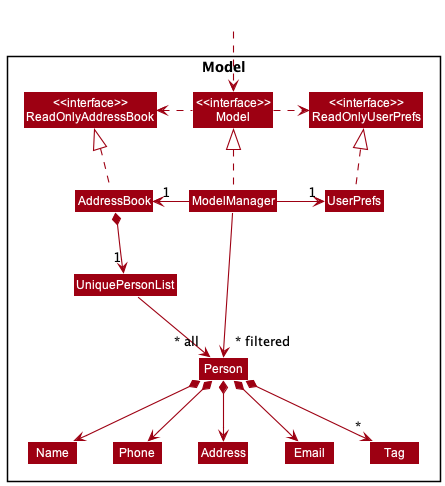
Above: docs/images/ModelClassDiagram.png in nus-cs2103-AY2223S1/tp (PlantUML), before the change.
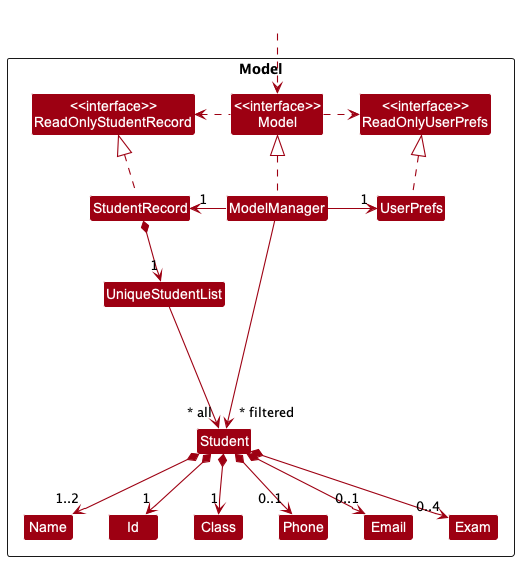
After the change.

Commit message:
ModelUML: update diagram with new student attributes

What changed in the source:
```diff
@@ -5,46 +5,51 @@
 skinparam classBackgroundColor MODEL_COLOR
 
 Package Model <<Rectangle>>{
-Class "<<interface>>\nReadOnlyAddressBook" as ReadOnlyAddressBook
+Class "<<interface>>\nReadOnlyStudentRecord" as ReadOnlyStudentRecord
 Class "<<interface>>\nReadOnlyUserPrefs" as ReadOnlyUserPrefs
 Class "<<interface>>\nModel" as Model
-Class AddressBook
+Class StudentRecord
 Class ModelManager
 Class UserPrefs
 
-Class UniquePersonList
-Class Person
-Class Address
+Class UniqueStudentList
+Class Student
+Class Name
+Class Id
+Class Class
 Class Email
-Class Name
 Class Phone
-Class Tag
+Class Exam
 
 }
 
 Class HiddenOutside #FFFFFF
 HiddenOutside ..> Model
 
-AddressBook .up.|> ReadOnlyAddressBook
+StudentRecord .up.|> ReadOnlyStudentRecord
 
 ModelManager .up.|> Model
 Model .right.> ReadOnlyUserPrefs
-Model .left.> ReadOnlyAddressBook
-ModelManager -left-> "1" AddressBook
+Model .left.> ReadOnlyStudentRecord
+ModelManager -left-> "1" StudentRecord
 ModelManager -right-> "1" UserPrefs
 UserPrefs .up.|> ReadOnlyUserPrefs
 
-AddressBook *--> "1" UniquePersonList
-UniquePersonList --> "~* all" Person
-Person *--> Name
-Person *--> Phone
-Person *--> Email
-Person *--> Address
-Person *--> "*" Tag
+StudentRecord *--> "1" UniqueStudentList
+UniqueStudentList ---> "~* all" Student
+ModelManager -->"~* filtered" Student
 
-Name -[hidden]right-> Phone
-Phone -[hidden]right-> Address
-Address -[hidden]right-> Email
+Student *--> "1..2" Name
+Student *--> "1" Id
+Student *--> "1" Class
+Student *--> "0..1" Phone
+Student *--> "0..1" Email
+Student *--> "0..4" Exam
 
-ModelManager -->"~* filtered" Person
+Name -[hidden]right-> Id
+Id -[hidden]right-> Class
+Class -[hidden]right-> Phone
+Phone -[hidden]right-> Email
+Email -[hidden]right-> Exam
+
 @enduml
```
